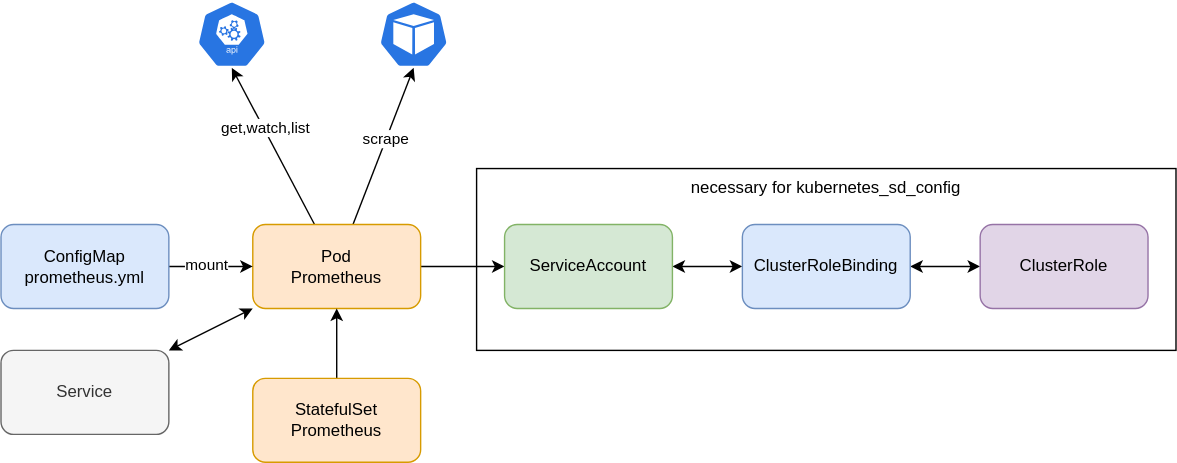
nakamasato/kubernetes-training keeps this draw.io diagram as contents/prometheus/diagram.drawio.svg. Above is the earlier version. Source tidied: cells renumbered, new cells last; positions are measured from the earlier drawing's top-left corner, leaving out a move shared by most shapes. Its diagram source:
```xml
<mxGraphModel>
  <root>
    <mxCell id="0" />
    <mxCell id="1" parent="0" />
    <mxCell id="2" value="necessary for kubernetes_sd_config" style="rounded=0;whiteSpace=wrap;html=1;verticalAlign=top;" parent="1" vertex="1">
      <mxGeometry x="340" y="120" width="500" height="130" as="geometry" />
    </mxCell>
    <mxCell id="3" style="edgeStyle=none;html=1;" parent="1" edge="1" source="9" target="11">
      <mxGeometry relative="1" as="geometry" />
    </mxCell>
    <mxCell id="4" style="edgeStyle=none;html=1;startArrow=classic;startFill=1;" parent="1" edge="1" source="9" target="15">
      <mxGeometry relative="1" as="geometry" />
    </mxCell>
    <mxCell id="5" style="edgeStyle=none;html=1;entryX=0.5;entryY=1;entryDx=0;entryDy=0;entryPerimeter=0;" parent="1" edge="1" source="9" target="19">
      <mxGeometry relative="1" as="geometry" />
    </mxCell>
    <mxCell id="6" value="get,watch,list" style="edgeLabel;html=1;align=center;verticalAlign=middle;" parent="5" vertex="1">
      <mxGeometry x="0.23" y="-1" relative="1" as="geometry" />
    </mxCell>
    <mxCell id="7" style="edgeStyle=none;html=1;entryX=0.5;entryY=1;entryDx=0;entryDy=0;entryPerimeter=0;" parent="1" edge="1" source="9" target="20">
      <mxGeometry relative="1" as="geometry" />
    </mxCell>
    <mxCell id="8" value="scrape" style="edgeLabel;html=1;align=center;verticalAlign=middle;" parent="7" vertex="1">
      <mxGeometry x="0.1" y="1" relative="1" as="geometry" />
    </mxCell>
    <mxCell id="9" value="Pod&lt;br&gt;Prometheus&amp;nbsp;" style="rounded=1;whiteSpace=wrap;html=1;fillColor=#ffe6cc;strokeColor=#d79b00;" parent="1" vertex="1">
      <mxGeometry x="180" y="160" width="120" height="60" as="geometry" />
    </mxCell>
    <mxCell id="10" style="edgeStyle=none;html=1;startArrow=classic;startFill=1;" parent="1" edge="1" source="11" target="13">
      <mxGeometry relative="1" as="geometry" />
    </mxCell>
    <mxCell id="11" value="ServiceAccount" style="rounded=1;whiteSpace=wrap;html=1;fillColor=#d5e8d4;strokeColor=#82b366;" parent="1" vertex="1">
      <mxGeometry x="360" y="160" width="120" height="60" as="geometry" />
    </mxCell>
    <mxCell id="12" style="edgeStyle=none;html=1;startArrow=classic;startFill=1;" parent="1" edge="1" source="13" target="14">
      <mxGeometry relative="1" as="geometry" />
    </mxCell>
    <mxCell id="13" value="ClusterRoleBinding" style="rounded=1;whiteSpace=wrap;html=1;fillColor=#dae8fc;strokeColor=#6c8ebf;" parent="1" vertex="1">
      <mxGeometry x="530" y="160" width="120" height="60" as="geometry" />
    </mxCell>
    <mxCell id="14" value="ClusterRole" style="rounded=1;whiteSpace=wrap;html=1;fillColor=#e1d5e7;strokeColor=#9673a6;" parent="1" vertex="1">
      <mxGeometry x="700" y="160" width="120" height="60" as="geometry" />
    </mxCell>
    <mxCell id="15" value="Service" style="rounded=1;whiteSpace=wrap;html=1;fillColor=#f5f5f5;fontColor=#333333;strokeColor=#666666;" parent="1" vertex="1">
      <mxGeometry y="250" width="120" height="60" as="geometry" />
    </mxCell>
    <mxCell id="16" style="edgeStyle=none;html=1;" parent="1" edge="1" source="18" target="9">
      <mxGeometry relative="1" as="geometry" />
    </mxCell>
    <mxCell id="17" value="mount" style="edgeLabel;html=1;align=center;verticalAlign=middle;" parent="16" vertex="1">
      <mxGeometry x="-0.12" y="2" relative="1" as="geometry" />
    </mxCell>
    <mxCell id="18" value="ConfigMap&lt;br&gt;prometheus.yml" style="rounded=1;whiteSpace=wrap;html=1;fillColor=#dae8fc;strokeColor=#6c8ebf;" parent="1" vertex="1">
      <mxGeometry y="160" width="120" height="60" as="geometry" />
    </mxCell>
    <mxCell id="19" style="sketch=0;html=1;dashed=0;whitespace=wrap;fillColor=#2875E2;strokeColor=#ffffff;points=[[0.005,0.63,0],[0.1,0.2,0],[0.9,0.2,0],[0.5,0,0],[0.995,0.63,0],[0.72,0.99,0],[0.5,1,0],[0.28,0.99,0]];shape=mxgraph.kubernetes.icon;prIcon=api;" parent="1" vertex="1">
      <mxGeometry x="140" width="50" height="48" as="geometry" />
    </mxCell>
    <mxCell id="20" style="sketch=0;html=1;dashed=0;whitespace=wrap;fillColor=#2875E2;strokeColor=#ffffff;points=[[0.005,0.63,0],[0.1,0.2,0],[0.9,0.2,0],[0.5,0,0],[0.995,0.63,0],[0.72,0.99,0],[0.5,1,0],[0.28,0.99,0]];shape=mxgraph.kubernetes.icon;prIcon=pod;" parent="1" vertex="1">
      <mxGeometry x="270" width="50" height="48" as="geometry" />
    </mxCell>
    <mxCell id="21" style="edgeStyle=none;html=1;" parent="1" edge="1" source="22" target="9">
      <mxGeometry relative="1" as="geometry" />
    </mxCell>
    <mxCell id="22" value="StatefulSet&lt;br&gt;Prometheus&amp;nbsp;" style="rounded=1;whiteSpace=wrap;html=1;fillColor=#ffe6cc;strokeColor=#d79b00;" parent="1" vertex="1">
      <mxGeometry x="180" y="270" width="120" height="60" as="geometry" />
    </mxCell>
  </root>
</mxGraphModel>
```
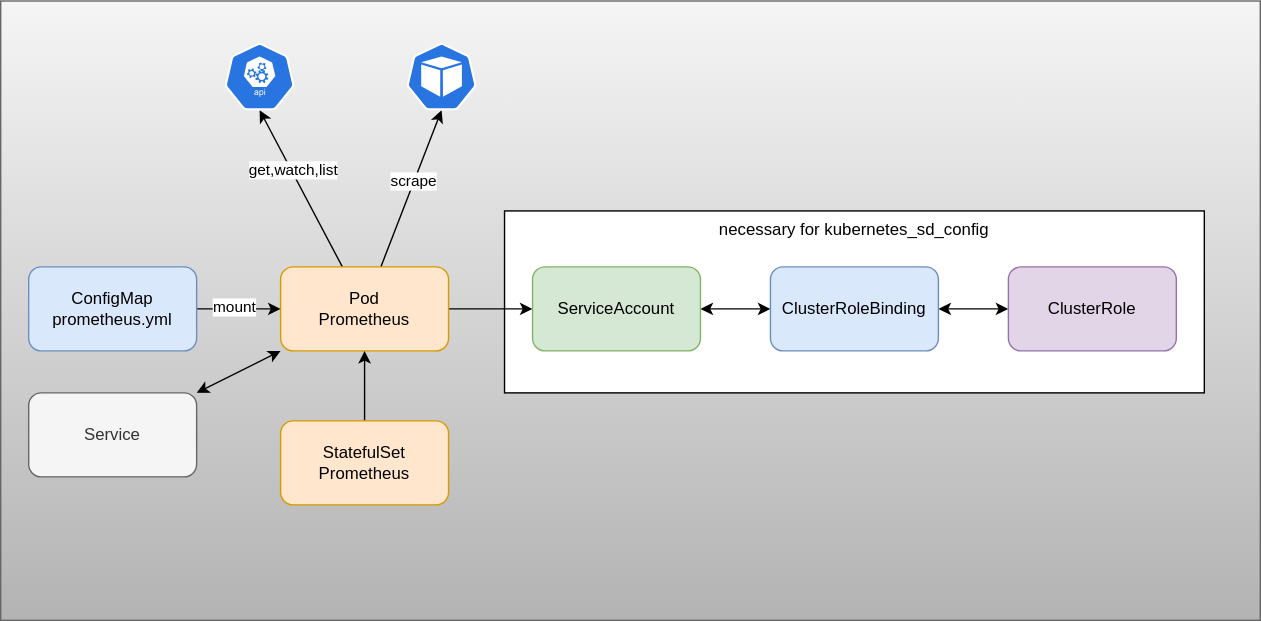
Above is the later version.

Change to the diagram source:
```diff
@@ -2,6 +2,9 @@
   <root>
     <mxCell id="0" />
     <mxCell id="1" parent="0" />
+    <mxCell id="23" style="rounded=0;whiteSpace=wrap;html=1;fillColor=#f5f5f5;strokeColor=#666666;gradientColor=#b3b3b3;" parent="1" vertex="1">
+      <mxGeometry x="-20" y="-30" width="900" height="442.5" as="geometry" />
+    </mxCell>
     <mxCell id="2" value="necessary for kubernetes_sd_config" style="rounded=0;whiteSpace=wrap;html=1;verticalAlign=top;" parent="1" vertex="1">
       <mxGeometry x="340" y="120" width="500" height="130" as="geometry" />
     </mxCell>
```
